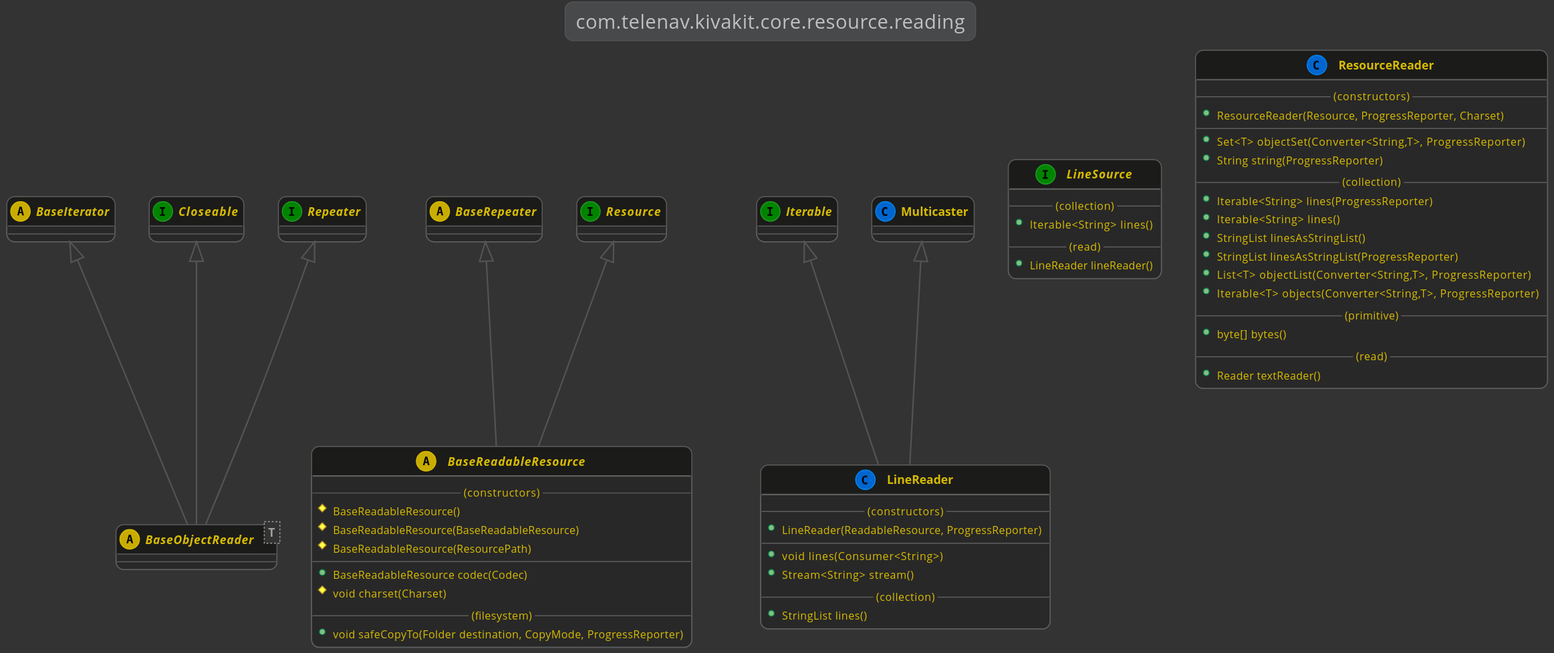
Telenav/kivakit keeps this PlantUML diagram as kivakit-core/resource/documentation/diagrams/com.telenav.kivakit.core.resource.reading.svg. Above is the earlier version.
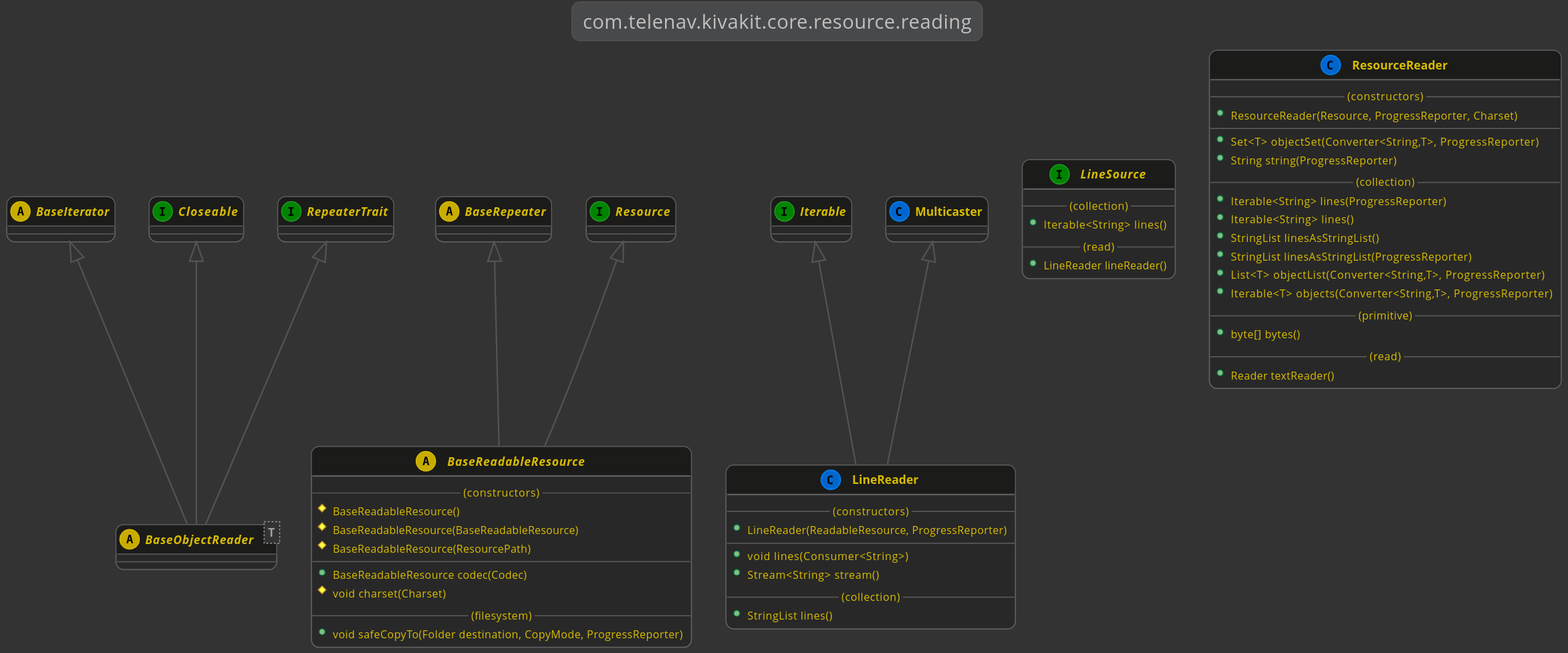
The same file after the commit.

What changed in the source:
```diff
@@ -10,10 +10,10 @@
     interface Iterable
     interface Closeable
     interface Resource
-    interface Repeater
+    interface RepeaterTrait
 
     BaseIterator <|-- BaseObjectReader
-    Repeater <|-- BaseObjectReader
+    RepeaterTrait <|-- BaseObjectReader
     Closeable <|-- BaseObjectReader
     abstract class BaseObjectReader<T>
     {
```
